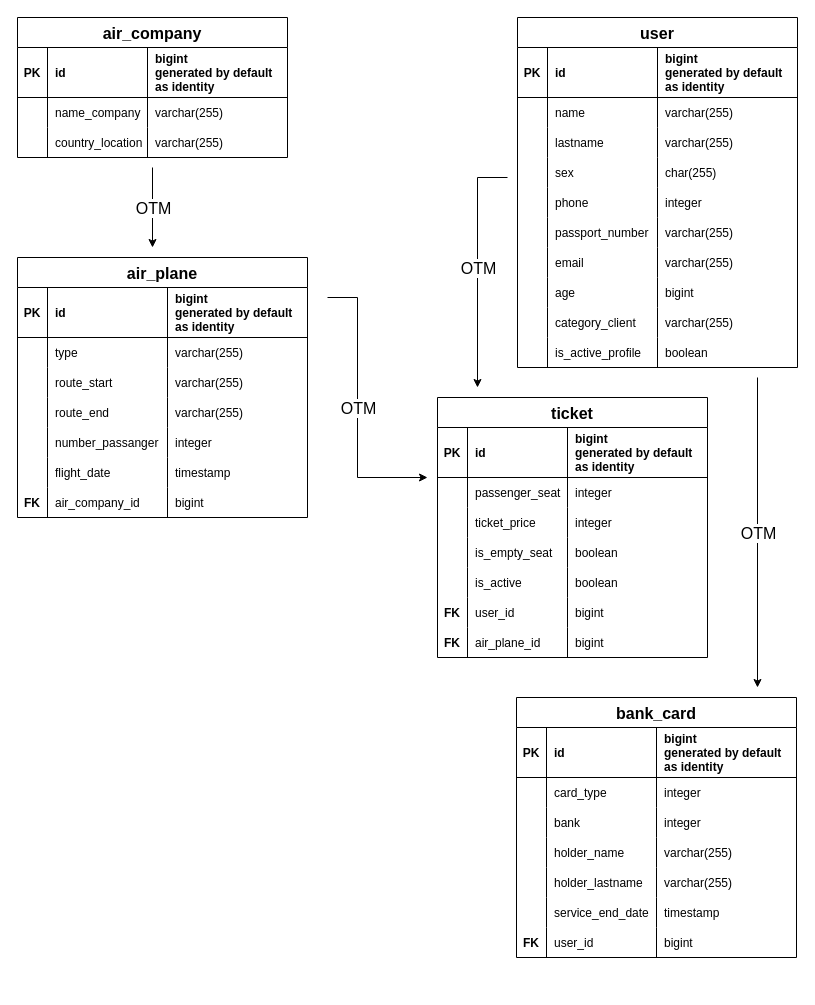
anomalmishka/myProject keeps this draw.io diagram as Untitled Diagram.drawio. Above is the earlier version. Source tidied: cells renumbered, new cells numbered last; positions are measured from the earlier drawing's top-left corner, leaving out a move shared by most shapes. Both pictures are drawn from the tidied source at 100%, with x=0, y=0 at pixel (17, 17).
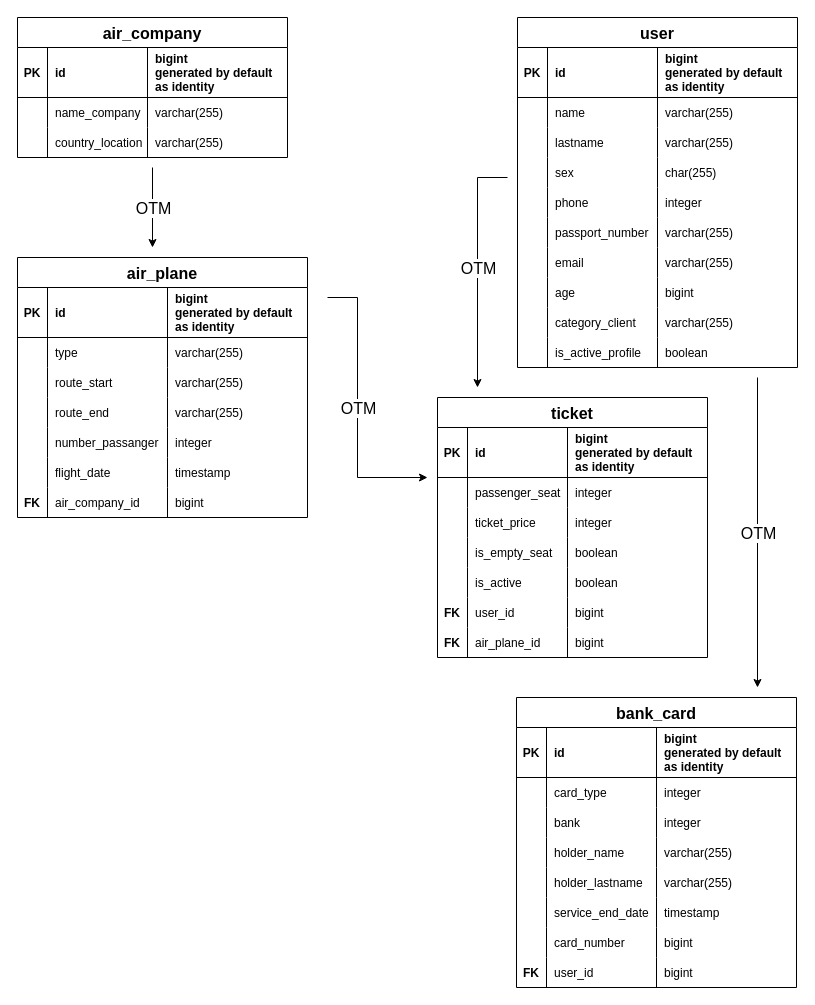
The same page after the edit.

What changed in the source:
```diff
@@
     <mxCell id="72" value="bank_card" style="shape=table;startSize=30;childLayout=tableLayout;rowLines=0;fontStyle=1;align=center;fontSize=16;spacing=2;" parent="1" vertex="1">
-      <mxGeometry x="499" y="680" width="280" height="260" as="geometry" />
+      <mxGeometry x="499" y="680" width="280" height="290" as="geometry" />
     </mxCell>
@@
+    <mxCell id="151" style="shape=partialRectangle;fillColor=none;top=0;left=0;right=0;bottom=0;" parent="72" vertex="1">
+      <mxGeometry y="230" width="280" height="30" as="geometry" />
+    </mxCell>
+    <mxCell id="152" style="shape=partialRectangle;overflow=hidden;fillColor=none;top=0;left=0;bottom=0;right=0;" parent="151" vertex="1">
+      <mxGeometry width="30" height="30" as="geometry" />
+    </mxCell>
+    <mxCell id="153" value="card_number" style="shape=partialRectangle;overflow=hidden;fillColor=none;top=0;left=0;bottom=0;right=0;align=left;spacingLeft=6;" parent="151" vertex="1">
+      <mxGeometry x="30" width="110" height="30" as="geometry" />
+    </mxCell>
+    <mxCell id="154" value="bigint" style="shape=partialRectangle;overflow=hidden;fillColor=none;top=0;left=0;bottom=0;right=0;align=left;spacingLeft=6;" parent="151" vertex="1">
+      <mxGeometry x="140" width="140" height="30" as="geometry" />
+    </mxCell>
     <mxCell id="97" style="shape=partialRectangle;fillColor=none;top=0;left=0;right=0;bottom=0;" parent="72" vertex="1">
-      <mxGeometry y="230" width="280" height="30" as="geometry" />
+      <mxGeometry y="260" width="280" height="30" as="geometry" />
     </mxCell>
```
